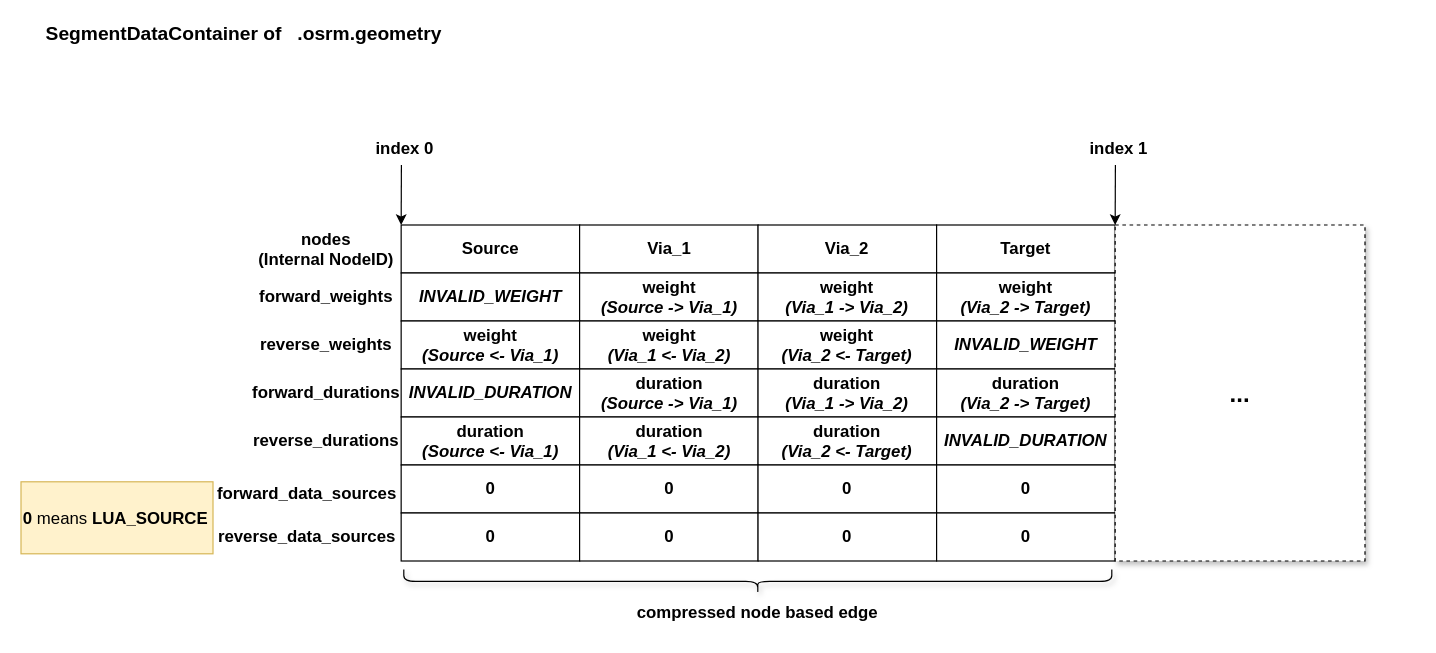
wangyoucao577/drawio keeps this draw.io diagram as map.osrm.geometry.segment_data_container.drawio. Above is the earlier version. Source tidied: cells renumbered, new cells numbered last; positions are measured from the earlier drawing's top-left corner, leaving out a move shared by most shapes. Both pictures are drawn from the tidied source at 120%, with x=0, y=0 at pixel (20, 20).
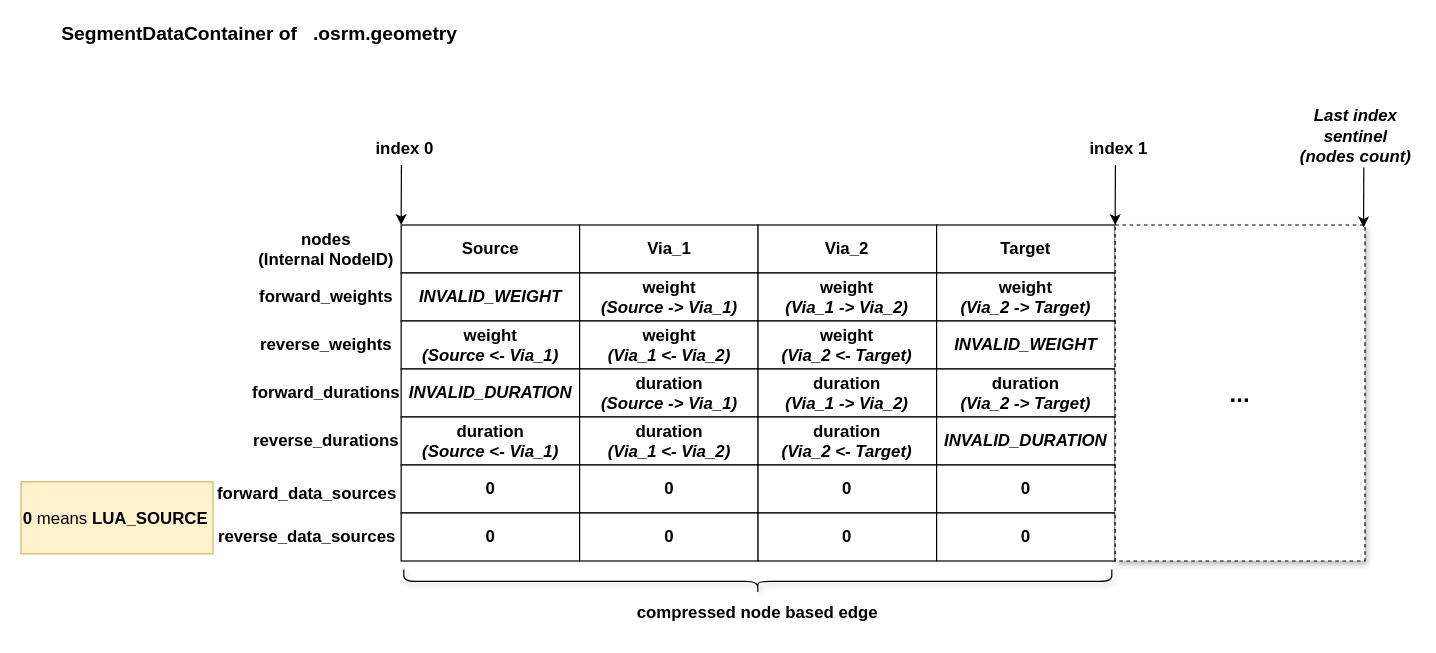
The same diagram, later.

What changed in the source:
```diff
@@
     <mxCell id="2" value="SegmentDataContainer of&amp;nbsp; &amp;nbsp;.osrm.geometry" style="text;html=1;strokeColor=none;fillColor=none;align=left;verticalAlign=middle;whiteSpace=wrap;rounded=0;fontSize=16;fontStyle=1;" parent="1" vertex="1">
-      <mxGeometry x="19" width="381" height="20" as="geometry" />
+      <mxGeometry x="32" width="381" height="20" as="geometry" />
     </mxCell>
@@
+    <mxCell id="46" style="endArrow=classic;html=1;entryX=0;entryY=0;entryDx=0;entryDy=0;" parent="1" edge="1">
+      <mxGeometry relative="1" as="geometry">
+        <mxPoint x="1119" y="122" as="sourcePoint" />
+        <mxPoint x="1118.8" y="172" as="targetPoint" />
+      </mxGeometry>
+    </mxCell>
+    <mxCell id="47" value="&lt;i&gt;&lt;b&gt;Last index sentinel&lt;/b&gt;&lt;br&gt;&lt;b&gt;(nodes count)&lt;/b&gt;&lt;/i&gt;" style="text;html=1;strokeColor=none;fillColor=none;align=center;verticalAlign=middle;whiteSpace=wrap;rounded=0;fontSize=14;" parent="1" vertex="1">
+      <mxGeometry x="1063" y="80" width="99" height="32.5" as="geometry" />
+    </mxCell>
```
